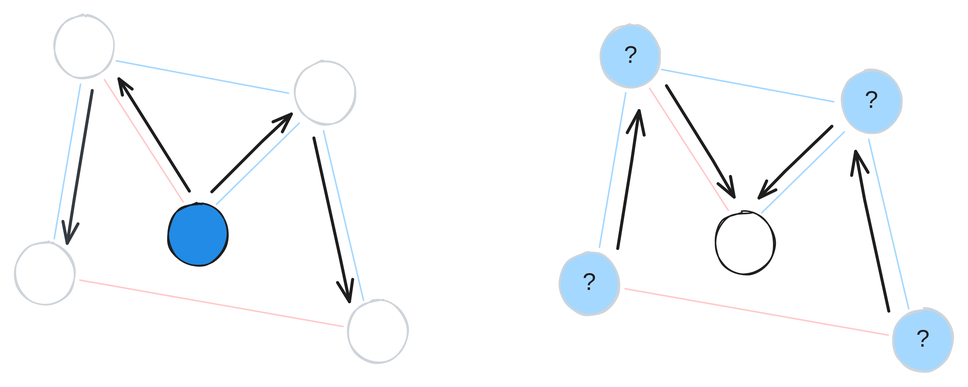
The Excalidraw diagram reports/thesis/diagrams/modelling_interventions/inbound_outbound.svg in henry-zwart/msc_thesis, before a commit. Source tidied: one line per element, renumbered; positions are measured from the earlier drawing's top-left corner, leaving out a move shared by most shapes. Source of this version:
```json
{"id": 0, "type": "line", "strokeColor": "#a5d8ff", "strokeWidth": 1, "roughness": 0, "round": true, "x": 68, "y": 31, "width": 115, "height": 22, "points": [[0, 0], [115, 22]]}
{"id": 1, "type": "line", "strokeColor": "#a5d8ff", "strokeWidth": 1, "roughness": 0, "round": true, "x": 44, "y": 46, "width": 18, "height": 103, "points": [[0, 0], [-18, 103]]}
{"id": 2, "type": "line", "strokeColor": "#a5d8ff", "strokeWidth": 1, "roughness": 0, "round": true, "x": 206, "y": 77, "width": 27, "height": 113, "points": [[0, 0], [27, 113]]}
{"id": 3, "type": "line", "strokeColor": "#a5d8ff", "strokeWidth": 1, "roughness": 0, "round": true, "x": 134, "y": 126, "width": 55, "height": 54, "points": [[0, 0], [55, -54]]}
{"id": 4, "type": "line", "strokeColor": "#ffc9c9", "strokeWidth": 1, "roughness": 0, "round": true, "x": 60, "y": 43, "width": 52, "height": 81, "points": [[0, 0], [52, 81]]}
{"id": 5, "type": "line", "strokeColor": "#ffc9c9", "strokeWidth": 1, "roughness": 0, "round": true, "x": 43, "y": 177, "width": 175, "height": 31, "points": [[0, 0], [175, 31]]}
{"id": 6, "type": "ellipse", "strokeColor": "#ced4da", "backgroundColor": "#a5d8ff", "fillStyle": "solid", "strokeWidth": 1, "roughness": 1, "round": true, "x": 390, "y": 7, "width": 40, "height": 42}
{"id": 7, "type": "text", "text": "?", "strokeColor": "#1e1e1e", "backgroundColor": "#a5d8ff", "fillStyle": "solid", "strokeWidth": 2, "roughness": 0, "fontSize": 16, "fontFamily": 5, "textAlign": "center", "verticalAlign": "middle", "inside": 6, "x": 406, "y": 18, "width": 7, "height": 20}
{"id": 8, "type": "line", "strokeColor": "#a5d8ff", "strokeWidth": 1, "roughness": 0, "round": true, "x": 431, "y": 36, "width": 115, "height": 22, "points": [[0, 0], [115, 22]]}
{"id": 9, "type": "line", "strokeColor": "#a5d8ff", "strokeWidth": 1, "roughness": 0, "round": true, "x": 407, "y": 52, "width": 18, "height": 103, "points": [[0, 0], [-18, 103]]}
{"id": 10, "type": "line", "strokeColor": "#a5d8ff", "strokeWidth": 1, "roughness": 0, "round": true, "x": 569, "y": 83, "width": 27, "height": 113, "points": [[0, 0], [27, 113]]}
{"id": 11, "type": "line", "strokeColor": "#a5d8ff", "strokeWidth": 1, "roughness": 0, "round": true, "x": 498, "y": 132, "width": 55, "height": 54, "points": [[0, 0], [55, -54]]}
{"id": 12, "type": "line", "strokeColor": "#ffc9c9", "strokeWidth": 1, "roughness": 0, "round": true, "x": 423, "y": 49, "width": 52, "height": 81, "points": [[0, 0], [52, 81]]}
{"id": 13, "type": "line", "strokeColor": "#ffc9c9", "strokeWidth": 1, "roughness": 0, "round": true, "x": 407, "y": 183, "width": 175, "height": 31, "points": [[0, 0], [175, 31]]}
{"id": 14, "type": "arrow", "strokeColor": "#1e1e1e", "backgroundColor": "#a5d8ff", "fillStyle": "solid", "strokeWidth": 2, "roughness": 0, "endArrowhead": "arrow", "x": 116, "y": 117, "width": 47, "height": 75, "points": [[0, 0], [-35, -56], [-47, -75]]}
{"id": 15, "type": "arrow", "strokeColor": "#1e1e1e", "backgroundColor": "#a5d8ff", "fillStyle": "solid", "strokeWidth": 2, "roughness": 0, "endArrowhead": "arrow", "x": 131, "y": 118, "width": 53, "height": 52, "points": [[0, 0], [34, -34], [53, -52]]}
{"id": 16, "type": "arrow", "strokeColor": "#343a40", "backgroundColor": "#a5d8ff", "fillStyle": "solid", "strokeWidth": 2, "roughness": 0, "endArrowhead": "arrow", "x": 51, "y": 50, "width": 17, "height": 102, "points": [[0, 0], [-12, 73], [-17, 102]]}
{"id": 17, "type": "arrow", "strokeColor": "#1e1e1e", "backgroundColor": "#a5d8ff", "fillStyle": "solid", "strokeWidth": 2, "roughness": 0, "endArrowhead": "arrow", "x": 199, "y": 82, "width": 24, "height": 109, "points": [[0, 0], [18, 80], [24, 109]]}
{"id": 18, "type": "arrow", "strokeColor": "#1e1e1e", "angle": 6.27, "backgroundColor": "#a5d8ff", "fillStyle": "solid", "strokeWidth": 2, "roughness": 0, "endArrowhead": "arrow", "x": 435, "y": 47, "width": 44, "height": 75, "points": [[0, 0], [30, 50], [44, 75]]}
{"id": 19, "type": "arrow", "strokeColor": "#1e1e1e", "backgroundColor": "#a5d8ff", "fillStyle": "solid", "strokeWidth": 2, "roughness": 0, "endArrowhead": "arrow", "x": 544, "y": 74, "width": 49, "height": 48, "points": [[0, 0], [-31, 30], [-49, 48]]}
{"id": 20, "type": "arrow", "strokeColor": "#1e1e1e", "angle": 6.26, "backgroundColor": "#a5d8ff", "fillStyle": "solid", "strokeWidth": 2, "roughness": 0, "endArrowhead": "arrow", "x": 401, "y": 156, "width": 16, "height": 92, "points": [[0, 0], [11, -59], [16, -92]]}
{"id": 21, "type": "arrow", "strokeColor": "#1e1e1e", "backgroundColor": "#a5d8ff", "fillStyle": "solid", "strokeWidth": 2, "roughness": 0, "endArrowhead": "arrow", "x": 582, "y": 197, "width": 22, "height": 107, "points": [[0, 0], [-16, -75], [-22, -107]]}
{"id": 22, "type": "ellipse", "strokeColor": "#ced4da", "backgroundColor": "#a5d8ff", "fillStyle": "solid", "strokeWidth": 1, "roughness": 1, "round": true, "x": 551, "y": 37, "width": 40, "height": 42}
{"id": 23, "type": "text", "text": "?", "strokeColor": "#1e1e1e", "backgroundColor": "#a5d8ff", "fillStyle": "solid", "strokeWidth": 2, "roughness": 0, "fontSize": 16, "fontFamily": 5, "textAlign": "center", "verticalAlign": "middle", "inside": 22, "x": 567, "y": 48, "width": 7, "height": 20}
{"id": 24, "type": "ellipse", "strokeColor": "#ced4da", "backgroundColor": "#a5d8ff", "fillStyle": "solid", "strokeWidth": 1, "roughness": 1, "round": true, "x": 363, "y": 158, "width": 40, "height": 42}
{"id": 25, "type": "text", "text": "?", "strokeColor": "#1e1e1e", "backgroundColor": "#a5d8ff", "fillStyle": "solid", "strokeWidth": 2, "roughness": 0, "fontSize": 16, "fontFamily": 5, "textAlign": "center", "verticalAlign": "middle", "inside": 24, "x": 379, "y": 169, "width": 7, "height": 20}
{"id": 26, "type": "ellipse", "strokeColor": "#ced4da", "backgroundColor": "#a5d8ff", "fillStyle": "solid", "strokeWidth": 1, "roughness": 1, "round": true, "x": 585, "y": 196, "width": 40, "height": 42}
{"id": 27, "type": "text", "text": "?", "strokeColor": "#1e1e1e", "backgroundColor": "#a5d8ff", "fillStyle": "solid", "strokeWidth": 2, "roughness": 0, "fontSize": 16, "fontFamily": 5, "textAlign": "center", "verticalAlign": "middle", "inside": 26, "x": 601, "y": 207, "width": 7, "height": 20}
{"id": 28, "type": "ellipse", "strokeColor": "#1e1e1e", "strokeWidth": 1, "roughness": 1, "round": true, "x": 466, "y": 131, "width": 40, "height": 42}
{"id": 29, "type": "ellipse", "strokeColor": "#1e1e1e", "backgroundColor": "#228be6", "fillStyle": "solid", "strokeWidth": 1, "roughness": 1, "round": true, "x": 102, "y": 125, "width": 40, "height": 42}
{"id": 30, "type": "ellipse", "strokeColor": "#ced4da", "strokeWidth": 1, "roughness": 1, "round": true, "x": 187, "y": 31, "width": 40, "height": 42}
{"id": 31, "type": "ellipse", "strokeColor": "#ced4da", "strokeWidth": 1, "roughness": 1, "round": true, "x": 26, "y": 0, "width": 40, "height": 42}
{"id": 32, "type": "ellipse", "strokeColor": "#ced4da", "strokeWidth": 1, "roughness": 1, "round": true, "x": 0, "y": 152, "width": 40, "height": 42}
{"id": 33, "type": "ellipse", "strokeColor": "#ced4da", "strokeWidth": 1, "roughness": 1, "round": true, "x": 222, "y": 190, "width": 40, "height": 42}
```
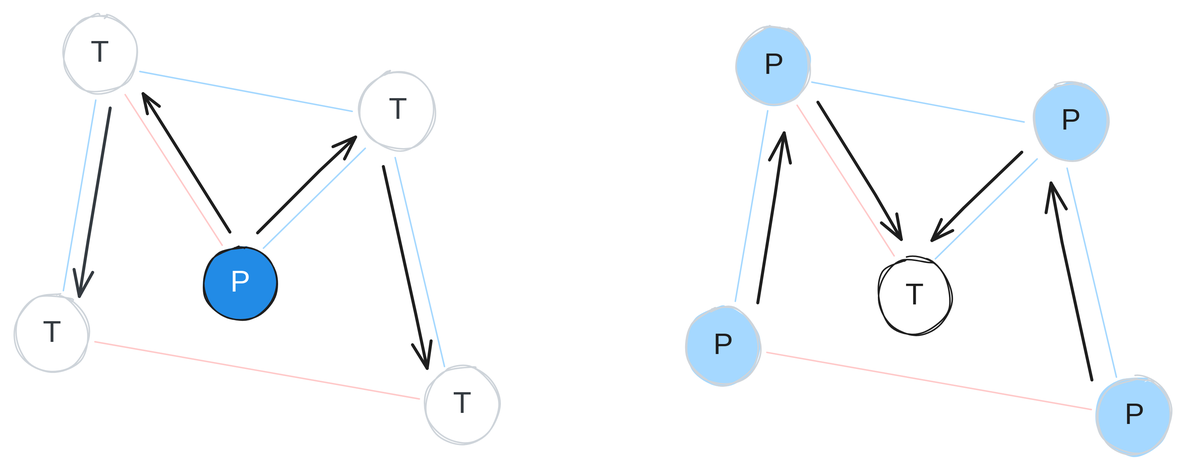
The same file after the commit.

Change to the diagram source:
```diff
@@ -1,34 +1,40 @@
-{"id": 0, "type": "line", "strokeColor": "#a5d8ff", "strokeWidth": 1, "roughness": 0, "round": true, "x": 68, "y": 31, "width": 115, "height": 22, "points": [[0, 0], [115, 22]]}
+{"id": 0, "type": "line", "strokeColor": "#a5d8ff", "strokeWidth": 1, "roughness": 0, "round": true, "x": 83, "y": -18, "width": 142, "height": 27, "points": [[0, 0], [142, 27]]}
-{"id": 1, "type": "line", "strokeColor": "#a5d8ff", "strokeWidth": 1, "roughness": 0, "round": true, "x": 44, "y": 46, "width": 18, "height": 103, "points": [[0, 0], [-18, 103]]}
+{"id": 1, "type": "line", "strokeColor": "#a5d8ff", "strokeWidth": 1, "roughness": 0, "round": true, "x": 54, "y": 1, "width": 22, "height": 127, "points": [[0, 0], [-22, 127]]}
-{"id": 2, "type": "line", "strokeColor": "#a5d8ff", "strokeWidth": 1, "roughness": 0, "round": true, "x": 206, "y": 77, "width": 27, "height": 113, "points": [[0, 0], [27, 113]]}
+{"id": 2, "type": "line", "strokeColor": "#a5d8ff", "strokeWidth": 1, "roughness": 0, "round": true, "x": 254, "y": 40, "width": 33, "height": 139, "points": [[0, 0], [33, 139]]}
-{"id": 3, "type": "line", "strokeColor": "#a5d8ff", "strokeWidth": 1, "roughness": 0, "round": true, "x": 134, "y": 126, "width": 55, "height": 54, "points": [[0, 0], [55, -54]]}
+{"id": 3, "type": "line", "strokeColor": "#a5d8ff", "strokeWidth": 1, "roughness": 0, "round": true, "x": 166, "y": 100, "width": 68, "height": 67, "points": [[0, 0], [68, -67]]}
-{"id": 4, "type": "line", "strokeColor": "#ffc9c9", "strokeWidth": 1, "roughness": 0, "round": true, "x": 60, "y": 43, "width": 52, "height": 81, "points": [[0, 0], [52, 81]]}
+{"id": 4, "type": "line", "strokeColor": "#ffc9c9", "strokeWidth": 1, "roughness": 0, "round": true, "x": 73, "y": -2, "width": 65, "height": 100, "points": [[0, 0], [65, 100]]}
-{"id": 5, "type": "line", "strokeColor": "#ffc9c9", "strokeWidth": 1, "roughness": 0, "round": true, "x": 43, "y": 177, "width": 175, "height": 31, "points": [[0, 0], [175, 31]]}
+{"id": 5, "type": "line", "strokeColor": "#ffc9c9", "strokeWidth": 1, "roughness": 0, "round": true, "x": 53, "y": 162, "width": 216, "height": 38, "points": [[0, 0], [216, 38]]}
-{"id": 6, "type": "ellipse", "strokeColor": "#ced4da", "backgroundColor": "#a5d8ff", "fillStyle": "solid", "strokeWidth": 1, "roughness": 1, "round": true, "x": 390, "y": 7, "width": 40, "height": 42}
+{"id": 6, "type": "ellipse", "strokeColor": "#ced4da", "backgroundColor": "#a5d8ff", "fillStyle": "solid", "strokeWidth": 1, "roughness": 1, "round": true, "x": 481, "y": -47, "width": 49, "height": 52}
-{"id": 7, "type": "text", "text": "?", "strokeColor": "#1e1e1e", "backgroundColor": "#a5d8ff", "fillStyle": "solid", "strokeWidth": 2, "roughness": 0, "fontSize": 16, "fontFamily": 5, "textAlign": "center", "verticalAlign": "middle", "inside": 6, "x": 406, "y": 18, "width": 7, "height": 20}
+{"id": 7, "type": "text", "text": "P", "strokeColor": "#1e1e1e", "backgroundColor": "#a5d8ff", "fillStyle": "solid", "strokeWidth": 2, "roughness": 0, "fontSize": 19.73, "fontFamily": 5, "textAlign": "center", "verticalAlign": "middle", "inside": 6, "x": 499, "y": -34, "width": 14, "height": 25}
-{"id": 8, "type": "line", "strokeColor": "#a5d8ff", "strokeWidth": 1, "roughness": 0, "round": true, "x": 431, "y": 36, "width": 115, "height": 22, "points": [[0, 0], [115, 22]]}
+{"id": 8, "type": "line", "strokeColor": "#a5d8ff", "strokeWidth": 1, "roughness": 0, "round": true, "x": 531, "y": -11, "width": 142, "height": 27, "points": [[0, 0], [142, 27]]}
-{"id": 9, "type": "line", "strokeColor": "#a5d8ff", "strokeWidth": 1, "roughness": 0, "round": true, "x": 407, "y": 52, "width": 18, "height": 103, "points": [[0, 0], [-18, 103]]}
+{"id": 9, "type": "line", "strokeColor": "#a5d8ff", "strokeWidth": 1, "roughness": 0, "round": true, "x": 502, "y": 8, "width": 22, "height": 127, "points": [[0, 0], [-22, 127]]}
-{"id": 10, "type": "line", "strokeColor": "#a5d8ff", "strokeWidth": 1, "roughness": 0, "round": true, "x": 569, "y": 83, "width": 27, "height": 113, "points": [[0, 0], [27, 113]]}
+{"id": 10, "type": "line", "strokeColor": "#a5d8ff", "strokeWidth": 1, "roughness": 0, "round": true, "x": 702, "y": 47, "width": 33, "height": 139, "points": [[0, 0], [33, 139]]}
-{"id": 11, "type": "line", "strokeColor": "#a5d8ff", "strokeWidth": 1, "roughness": 0, "round": true, "x": 498, "y": 132, "width": 55, "height": 54, "points": [[0, 0], [55, -54]]}
+{"id": 11, "type": "line", "strokeColor": "#a5d8ff", "strokeWidth": 1, "roughness": 0, "round": true, "x": 614, "y": 107, "width": 68, "height": 67, "points": [[0, 0], [68, -67]]}
-{"id": 12, "type": "line", "strokeColor": "#ffc9c9", "strokeWidth": 1, "roughness": 0, "round": true, "x": 423, "y": 49, "width": 52, "height": 81, "points": [[0, 0], [52, 81]]}
+{"id": 12, "type": "line", "strokeColor": "#ffc9c9", "strokeWidth": 1, "roughness": 0, "round": true, "x": 522, "y": 5, "width": 65, "height": 100, "points": [[0, 0], [65, 100]]}
-{"id": 13, "type": "line", "strokeColor": "#ffc9c9", "strokeWidth": 1, "roughness": 0, "round": true, "x": 407, "y": 183, "width": 175, "height": 31, "points": [[0, 0], [175, 31]]}
+{"id": 13, "type": "line", "strokeColor": "#ffc9c9", "strokeWidth": 1, "roughness": 0, "round": true, "x": 501, "y": 170, "width": 216, "height": 38, "points": [[0, 0], [216, 38]]}
-{"id": 14, "type": "arrow", "strokeColor": "#1e1e1e", "backgroundColor": "#a5d8ff", "fillStyle": "solid", "strokeWidth": 2, "roughness": 0, "endArrowhead": "arrow", "x": 116, "y": 117, "width": 47, "height": 75, "points": [[0, 0], [-35, -56], [-47, -75]]}
+{"id": 14, "type": "arrow", "strokeColor": "#1e1e1e", "backgroundColor": "#a5d8ff", "fillStyle": "solid", "strokeWidth": 2, "roughness": 0, "endArrowhead": "arrow", "x": 143, "y": 89, "width": 58, "height": 92, "points": [[0, 0], [-43, -69], [-58, -92]]}
-{"id": 15, "type": "arrow", "strokeColor": "#1e1e1e", "backgroundColor": "#a5d8ff", "fillStyle": "solid", "strokeWidth": 2, "roughness": 0, "endArrowhead": "arrow", "x": 131, "y": 118, "width": 53, "height": 52, "points": [[0, 0], [34, -34], [53, -52]]}
+{"id": 15, "type": "arrow", "strokeColor": "#1e1e1e", "backgroundColor": "#a5d8ff", "fillStyle": "solid", "strokeWidth": 2, "roughness": 0, "endArrowhead": "arrow", "x": 162, "y": 90, "width": 65, "height": 64, "points": [[0, 0], [41, -41], [65, -64]]}
-{"id": 16, "type": "arrow", "strokeColor": "#343a40", "backgroundColor": "#a5d8ff", "fillStyle": "solid", "strokeWidth": 2, "roughness": 0, "endArrowhead": "arrow", "x": 51, "y": 50, "width": 17, "height": 102, "points": [[0, 0], [-12, 73], [-17, 102]]}
+{"id": 16, "type": "arrow", "strokeColor": "#343a40", "backgroundColor": "#a5d8ff", "fillStyle": "solid", "strokeWidth": 2, "roughness": 0, "endArrowhead": "arrow", "x": 63, "y": 7, "width": 21, "height": 126, "points": [[0, 0], [-15, 89], [-21, 126]]}
-{"id": 17, "type": "arrow", "strokeColor": "#1e1e1e", "backgroundColor": "#a5d8ff", "fillStyle": "solid", "strokeWidth": 2, "roughness": 0, "endArrowhead": "arrow", "x": 199, "y": 82, "width": 24, "height": 109, "points": [[0, 0], [18, 80], [24, 109]]}
+{"id": 17, "type": "arrow", "strokeColor": "#1e1e1e", "backgroundColor": "#a5d8ff", "fillStyle": "solid", "strokeWidth": 2, "roughness": 0, "endArrowhead": "arrow", "x": 246, "y": 46, "width": 29, "height": 135, "points": [[0, 0], [22, 98], [29, 135]]}
-{"id": 18, "type": "arrow", "strokeColor": "#1e1e1e", "angle": 6.27, "backgroundColor": "#a5d8ff", "fillStyle": "solid", "strokeWidth": 2, "roughness": 0, "endArrowhead": "arrow", "x": 435, "y": 47, "width": 44, "height": 75, "points": [[0, 0], [30, 50], [44, 75]]}
+{"id": 18, "type": "arrow", "strokeColor": "#1e1e1e", "angle": 6.27, "backgroundColor": "#a5d8ff", "fillStyle": "solid", "strokeWidth": 2, "roughness": 0, "endArrowhead": "arrow", "x": 536, "y": 2, "width": 55, "height": 92, "points": [[0, 0], [38, 62], [55, 92]]}
-{"id": 19, "type": "arrow", "strokeColor": "#1e1e1e", "backgroundColor": "#a5d8ff", "fillStyle": "solid", "strokeWidth": 2, "roughness": 0, "endArrowhead": "arrow", "x": 544, "y": 74, "width": 49, "height": 48, "points": [[0, 0], [-31, 30], [-49, 48]]}
+{"id": 19, "type": "arrow", "strokeColor": "#1e1e1e", "backgroundColor": "#a5d8ff", "fillStyle": "solid", "strokeWidth": 2, "roughness": 0, "endArrowhead": "arrow", "x": 671, "y": 36, "width": 60, "height": 59, "points": [[0, 0], [-38, 37], [-60, 59]]}
-{"id": 20, "type": "arrow", "strokeColor": "#1e1e1e", "angle": 6.26, "backgroundColor": "#a5d8ff", "fillStyle": "solid", "strokeWidth": 2, "roughness": 0, "endArrowhead": "arrow", "x": 401, "y": 156, "width": 16, "height": 92, "points": [[0, 0], [11, -59], [16, -92]]}
+{"id": 20, "type": "arrow", "strokeColor": "#1e1e1e", "angle": 6.26, "backgroundColor": "#a5d8ff", "fillStyle": "solid", "strokeWidth": 2, "roughness": 0, "endArrowhead": "arrow", "x": 494, "y": 136, "width": 20, "height": 113, "points": [[0, 0], [13, -72], [20, -113]]}
-{"id": 21, "type": "arrow", "strokeColor": "#1e1e1e", "backgroundColor": "#a5d8ff", "fillStyle": "solid", "strokeWidth": 2, "roughness": 0, "endArrowhead": "arrow", "x": 582, "y": 197, "width": 22, "height": 107, "points": [[0, 0], [-16, -75], [-22, -107]]}
+{"id": 21, "type": "arrow", "strokeColor": "#1e1e1e", "backgroundColor": "#a5d8ff", "fillStyle": "solid", "strokeWidth": 2, "roughness": 0, "endArrowhead": "arrow", "x": 718, "y": 188, "width": 27, "height": 131, "points": [[0, 0], [-20, -92], [-27, -131]]}
-{"id": 22, "type": "ellipse", "strokeColor": "#ced4da", "backgroundColor": "#a5d8ff", "fillStyle": "solid", "strokeWidth": 1, "roughness": 1, "round": true, "x": 551, "y": 37, "width": 40, "height": 42}
+{"id": 22, "type": "ellipse", "strokeColor": "#ced4da", "backgroundColor": "#a5d8ff", "fillStyle": "solid", "strokeWidth": 1, "roughness": 1, "round": true, "x": 680, "y": -10, "width": 49, "height": 52}
-{"id": 23, "type": "text", "text": "?", "strokeColor": "#1e1e1e", "backgroundColor": "#a5d8ff", "fillStyle": "solid", "strokeWidth": 2, "roughness": 0, "fontSize": 16, "fontFamily": 5, "textAlign": "center", "verticalAlign": "middle", "inside": 22, "x": 567, "y": 48, "width": 7, "height": 20}
+{"id": 23, "type": "text", "text": "P", "strokeColor": "#1e1e1e", "backgroundColor": "#a5d8ff", "fillStyle": "solid", "strokeWidth": 2, "roughness": 0, "fontSize": 19.73, "fontFamily": 5, "textAlign": "center", "verticalAlign": "middle", "inside": 22, "x": 697, "y": 4, "width": 14, "height": 25}
-{"id": 24, "type": "ellipse", "strokeColor": "#ced4da", "backgroundColor": "#a5d8ff", "fillStyle": "solid", "strokeWidth": 1, "roughness": 1, "round": true, "x": 363, "y": 158, "width": 40, "height": 42}
+{"id": 24, "type": "ellipse", "strokeColor": "#ced4da", "backgroundColor": "#a5d8ff", "fillStyle": "solid", "strokeWidth": 1, "roughness": 1, "round": true, "x": 447, "y": 139, "width": 49, "height": 52}
-{"id": 25, "type": "text", "text": "?", "strokeColor": "#1e1e1e", "backgroundColor": "#a5d8ff", "fillStyle": "solid", "strokeWidth": 2, "roughness": 0, "fontSize": 16, "fontFamily": 5, "textAlign": "center", "verticalAlign": "middle", "inside": 24, "x": 379, "y": 169, "width": 7, "height": 20}
+{"id": 25, "type": "text", "text": "P", "strokeColor": "#1e1e1e", "backgroundColor": "#a5d8ff", "fillStyle": "solid", "strokeWidth": 2, "roughness": 0, "fontSize": 19.73, "fontFamily": 5, "textAlign": "center", "verticalAlign": "middle", "inside": 24, "x": 465, "y": 153, "width": 14, "height": 25}
-{"id": 26, "type": "ellipse", "strokeColor": "#ced4da", "backgroundColor": "#a5d8ff", "fillStyle": "solid", "strokeWidth": 1, "roughness": 1, "round": true, "x": 585, "y": 196, "width": 40, "height": 42}
+{"id": 26, "type": "ellipse", "strokeColor": "#ced4da", "backgroundColor": "#a5d8ff", "fillStyle": "solid", "strokeWidth": 1, "roughness": 1, "round": true, "x": 722, "y": 186, "width": 49, "height": 52}
-{"id": 27, "type": "text", "text": "?", "strokeColor": "#1e1e1e", "backgroundColor": "#a5d8ff", "fillStyle": "solid", "strokeWidth": 2, "roughness": 0, "fontSize": 16, "fontFamily": 5, "textAlign": "center", "verticalAlign": "middle", "inside": 26, "x": 601, "y": 207, "width": 7, "height": 20}
+{"id": 27, "type": "text", "text": "P", "strokeColor": "#1e1e1e", "backgroundColor": "#a5d8ff", "fillStyle": "solid", "strokeWidth": 2, "roughness": 0, "fontSize": 19.73, "fontFamily": 5, "textAlign": "center", "verticalAlign": "middle", "inside": 26, "x": 740, "y": 200, "width": 14, "height": 25}
-{"id": 28, "type": "ellipse", "strokeColor": "#1e1e1e", "strokeWidth": 1, "roughness": 1, "round": true, "x": 466, "y": 131, "width": 40, "height": 42}
+{"id": 28, "type": "ellipse", "strokeColor": "#1e1e1e", "strokeWidth": 1, "roughness": 1, "round": true, "x": 575, "y": 106, "width": 49, "height": 52}
+{"id": 34, "type": "text", "text": "T", "strokeColor": "#1e1e1e", "backgroundColor": "#1971c2", "fillStyle": "solid", "strokeWidth": 2, "roughness": 1, "fontSize": 20, "fontFamily": 5, "textAlign": "center", "verticalAlign": "middle", "inside": 28, "x": 591, "y": 120, "width": 17, "height": 25}
-{"id": 29, "type": "ellipse", "strokeColor": "#1e1e1e", "backgroundColor": "#228be6", "fillStyle": "solid", "strokeWidth": 1, "roughness": 1, "round": true, "x": 102, "y": 125, "width": 40, "height": 42}
+{"id": 29, "type": "ellipse", "strokeColor": "#1e1e1e", "backgroundColor": "#228be6", "fillStyle": "solid", "strokeWidth": 1, "roughness": 1, "round": true, "x": 126, "y": 99, "width": 49, "height": 49}
+{"id": 35, "type": "text", "text": "P", "strokeColor": "#ffffff", "backgroundColor": "#1971c2", "fillStyle": "solid", "strokeWidth": 2, "roughness": 1, "fontSize": 20, "fontFamily": 5, "textAlign": "center", "verticalAlign": "middle", "inside": 29, "x": 143, "y": 111, "width": 14, "height": 25}
-{"id": 30, "type": "ellipse", "strokeColor": "#ced4da", "strokeWidth": 1, "roughness": 1, "round": true, "x": 187, "y": 31, "width": 40, "height": 42}
+{"id": 30, "type": "ellipse", "strokeColor": "#ced4da", "strokeWidth": 1, "roughness": 1, "round": true, "x": 231, "y": -17, "width": 49, "height": 52}
+{"id": 36, "type": "text", "text": "T", "strokeColor": "#343a40", "backgroundColor": "#1971c2", "fillStyle": "solid", "strokeWidth": 2, "roughness": 1, "fontSize": 20, "fontFamily": 5, "textAlign": "center", "verticalAlign": "middle", "inside": 30, "x": 247, "y": -4, "width": 17, "height": 25}
-{"id": 31, "type": "ellipse", "strokeColor": "#ced4da", "strokeWidth": 1, "roughness": 1, "round": true, "x": 26, "y": 0, "width": 40, "height": 42}
+{"id": 31, "type": "ellipse", "strokeColor": "#ced4da", "strokeWidth": 1, "roughness": 1, "round": true, "x": 32, "y": -55, "width": 49, "height": 52}
+{"id": 37, "type": "text", "text": "T", "strokeColor": "#343a40", "backgroundColor": "#1971c2", "fillStyle": "solid", "strokeWidth": 2, "roughness": 1, "fontSize": 20, "fontFamily": 5, "textAlign": "center", "verticalAlign": "middle", "inside": 31, "x": 48, "y": -42, "width": 17, "height": 25}
-{"id": 32, "type": "ellipse", "strokeColor": "#ced4da", "strokeWidth": 1, "roughness": 1, "round": true, "x": 0, "y": 152, "width": 40, "height": 42}
+{"id": 32, "type": "ellipse", "strokeColor": "#ced4da", "strokeWidth": 1, "roughness": 1, "round": true, "x": 0, "y": 131, "width": 49, "height": 52}
+{"id": 38, "type": "text", "text": "T", "strokeColor": "#343a40", "backgroundColor": "#1971c2", "fillStyle": "solid", "strokeWidth": 2, "roughness": 1, "fontSize": 20, "fontFamily": 5, "textAlign": "center", "verticalAlign": "middle", "inside": 32, "x": 16, "y": 145, "width": 17, "height": 25}
-{"id": 33, "type": "ellipse", "strokeColor": "#ced4da", "strokeWidth": 1, "roughness": 1, "round": true, "x": 222, "y": 190, "width": 40, "height": 42}
+{"id": 33, "type": "ellipse", "strokeColor": "#ced4da", "strokeWidth": 1, "roughness": 1, "round": true, "x": 274, "y": 179, "width": 49, "height": 52}
+{"id": 39, "type": "text", "text": "T", "strokeColor": "#343a40", "backgroundColor": "#1971c2", "fillStyle": "solid", "strokeWidth": 2, "roughness": 1, "fontSize": 20, "fontFamily": 5, "textAlign": "center", "verticalAlign": "middle", "inside": 33, "x": 290, "y": 192, "width": 17, "height": 25}
```
